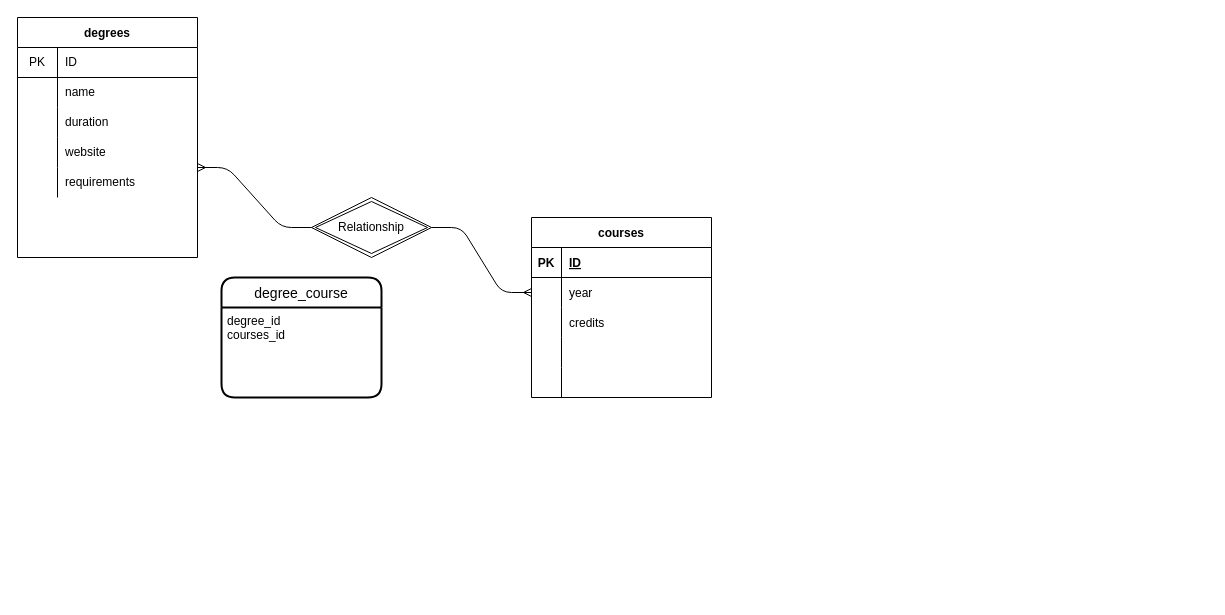
Above: db-university.drawio in NicolaL95/db-university (draw.io), before the change. Source tidied: cells renumbered, new cells numbered last; positions are measured from the earlier drawing's top-left corner, leaving out a move shared by most shapes. Both pictures are drawn from the tidied source at 100%, with x=0, y=0 at pixel (17, 17).
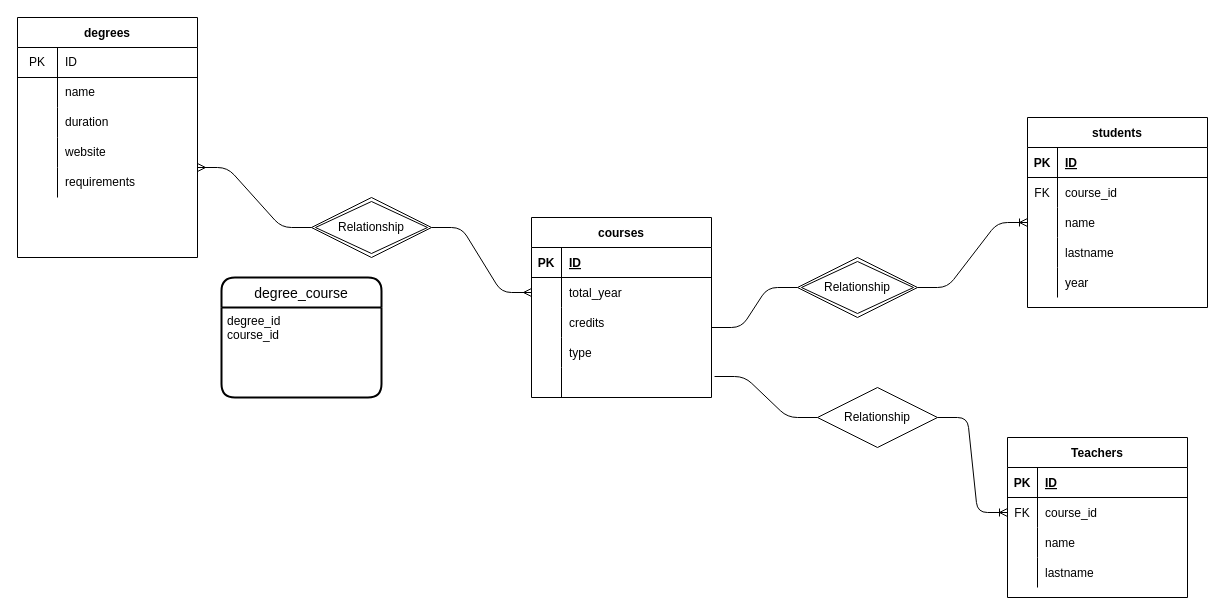
The same page after the edit.

Commit message:
Add teachers and students

The change refers to these unchanged cells:
```xml
<mxCell id="22" style="shape=partialRectangle;fillColor=none;top=0;left=0;bottom=0;right=0;points=[[0,0.5],[1,0.5]];portConstraint=eastwest;" parent="18" vertex="1">
  <mxGeometry y="60" width="180" height="30" as="geometry" />
</mxCell>
<mxCell id="28" style="shape=partialRectangle;fillColor=none;top=0;left=0;bottom=0;right=0;" parent="18" vertex="1">
  <mxGeometry y="120" width="180" height="30" as="geometry" />
</mxCell>
<mxCell id="31" style="shape=partialRectangle;fillColor=none;top=0;left=0;bottom=0;right=0;points=[[0,0.5],[1,0.5]];portConstraint=eastwest;" parent="18" vertex="1">
  <mxGeometry y="150" width="180" height="30" as="geometry" />
</mxCell>
<mxCell id="34" value="degree_course" style="swimlane;horizontal=1;startSize=30;rounded=1;fontSize=14;fontStyle=0;strokeWidth=2;shadow=0;dashed=0;align=center;" parent="1" vertex="1">
  <mxGeometry x="204" y="260" width="160" height="120" as="geometry" />
</mxCell>
```

What changed in the source:
```diff
@@
-    <mxCell id="24" value="year" style="shape=partialRectangle;fillColor=none;top=0;left=0;bottom=0;right=0;align=left;spacingLeft=6;overflow=hidden;" parent="22" vertex="1">
+    <mxCell id="24" value="total_year" style="shape=partialRectangle;fillColor=none;top=0;left=0;bottom=0;right=0;align=left;spacingLeft=6;overflow=hidden;" parent="22" vertex="1">
       <mxGeometry x="30" width="150" height="30" as="geometry" />
     </mxCell>
@@
-    <mxCell id="30" style="shape=partialRectangle;fillColor=none;top=0;left=0;bottom=0;right=0;align=left;spacingLeft=6;overflow=hidden;" parent="28" vertex="1">
+    <mxCell id="30" value="type" style="shape=partialRectangle;fillColor=none;top=0;left=0;bottom=0;right=0;align=left;spacingLeft=6;overflow=hidden;" parent="28" vertex="1">
       <mxGeometry x="30" width="150" height="30" as="geometry" />
     </mxCell>
@@
-    <mxCell id="35" value="degree_id&#10;courses_id" style="align=left;strokeColor=none;fillColor=none;spacingLeft=4;fontSize=12;verticalAlign=top;" parent="34" vertex="1">
+    <mxCell id="35" value="degree_id&#10;course_id" style="align=left;strokeColor=none;fillColor=none;spacingLeft=4;fontSize=12;verticalAlign=top;" parent="34" vertex="1">
       <mxGeometry y="30" width="160" height="90" as="geometry" />
     </mxCell>
@@
+    <mxCell id="39" value="students" style="shape=table;startSize=30;childLayout=tableLayout;rowLines=0;fontStyle=1;align=center;" parent="1" vertex="1">
+      <mxGeometry x="1010" y="100" width="180" height="190" as="geometry" />
+    </mxCell>
+    <mxCell id="40" style="shape=partialRectangle;fillColor=none;top=0;left=0;bottom=1;right=0;" parent="39" vertex="1">
+      <mxGeometry y="30" width="180" height="30" as="geometry" />
+    </mxCell>
+    <mxCell id="41" value="PK" style="shape=partialRectangle;fillColor=none;top=0;left=0;bottom=0;right=0;fontStyle=1;overflow=hidden;" parent="40" vertex="1">
+      <mxGeometry width="30" height="30" as="geometry" />
+    </mxCell>
+    <mxCell id="42" value="ID" style="shape=partialRectangle;fillColor=none;top=0;left=0;bottom=0;right=0;align=left;spacingLeft=6;fontStyle=5;overflow=hidden;" parent="40" vertex="1">
+      <mxGeometry x="30" width="150" height="30" as="geometry" />
+    </mxCell>
+    <mxCell id="43" style="shape=partialRectangle;fillColor=none;top=0;left=0;bottom=0;right=0;" parent="39" vertex="1">
+      <mxGeometry y="60" width="180" height="30" as="geometry" />
+    </mxCell>
+    <mxCell id="44" value="FK" style="shape=partialRectangle;fillColor=none;top=0;left=0;bottom=0;right=0;overflow=hidden;" parent="43" vertex="1">
+      <mxGeometry width="30" height="30" as="geometry" />
+    </mxCell>
+    <mxCell id="45" value="course_id" style="shape=partialRectangle;fillColor=none;top=0;left=0;bottom=0;right=0;align=left;spacingLeft=6;overflow=hidden;" parent="43" vertex="1">
+      <mxGeometry x="30" width="150" height="30" as="geometry" />
+    </mxCell>
+    <mxCell id="46" style="shape=partialRectangle;fillColor=none;top=0;left=0;bottom=0;right=0;points=[[0,0.5],[1,0.5]];portConstraint=eastwest;" parent="39" vertex="1">
+      <mxGeometry y="90" width="180" height="30" as="geometry" />
+    </mxCell>
+    <mxCell id="47" style="shape=partialRectangle;fillColor=none;top=0;left=0;bottom=0;right=0;overflow=hidden;" parent="46" vertex="1">
+      <mxGeometry width="30" height="30" as="geometry" />
+    </mxCell>
+    <mxCell id="48" value="name" style="shape=partialRectangle;fillColor=none;top=0;left=0;bottom=0;right=0;align=left;spacingLeft=6;overflow=hidden;" parent="46" vertex="1">
+      <mxGeometry x="30" width="150" height="30" as="geometry" />
+    </mxCell>
+    <mxCell id="49" style="shape=partialRectangle;fillColor=none;top=0;left=0;bottom=0;right=0;" parent="39" vertex="1">
+      <mxGeometry y="120" width="180" height="30" as="geometry" />
+    </mxCell>
+    <mxCell id="50" style="shape=partialRectangle;fillColor=none;top=0;left=0;bottom=0;right=0;overflow=hidden;" parent="49" vertex="1">
+      <mxGeometry width="30" height="30" as="geometry" />
+    </mxCell>
+    <mxCell id="51" value="lastname" style="shape=partialRectangle;fillColor=none;top=0;left=0;bottom=0;right=0;align=left;spacingLeft=6;overflow=hidden;" parent="49" vertex="1">
+      <mxGeometry x="30" width="150" height="30" as="geometry" />
+    </mxCell>
+    <mxCell id="52" style="shape=partialRectangle;fillColor=none;top=0;left=0;bottom=0;right=0;" parent="39" vertex="1">
+      <mxGeometry y="150" width="180" height="30" as="geometry" />
+    </mxCell>
+    <mxCell id="53" style="shape=partialRectangle;fillColor=none;top=0;left=0;bottom=0;right=0;overflow=hidden;" parent="52" vertex="1">
+      <mxGeometry width="30" height="30" as="geometry" />
+    </mxCell>
+    <mxCell id="54" value="year" style="shape=partialRectangle;fillColor=none;top=0;left=0;bottom=0;right=0;align=left;spacingLeft=6;overflow=hidden;" parent="52" vertex="1">
+      <mxGeometry x="30" width="150" height="30" as="geometry" />
+    </mxCell>
+    <mxCell id="55" style="edgeStyle=entityRelationEdgeStyle;fontSize=12;html=1;endArrow=ERoneToMany;entryX=0;entryY=0.5;entryDx=0;entryDy=0;startArrow=none;" parent="1" edge="1" source="56" target="46">
+      <mxGeometry relative="1" as="geometry" />
+    </mxCell>
+    <mxCell id="56" value="Relationship" style="shape=rhombus;double=1;perimeter=rhombusPerimeter;whiteSpace=wrap;html=1;align=center;" parent="1" vertex="1">
+      <mxGeometry x="780" y="240" width="120" height="60" as="geometry" />
+    </mxCell>
+    <mxCell id="57" style="edgeStyle=entityRelationEdgeStyle;fontSize=12;html=1;endArrow=none;entryX=0;entryY=0.5;entryDx=0;entryDy=0;" parent="1" edge="1" target="56">
+      <mxGeometry relative="1" as="geometry">
+        <mxPoint x="694" y="310" as="sourcePoint" />
+      </mxGeometry>
+    </mxCell>
+    <mxCell id="58" style="edgeStyle=entityRelationEdgeStyle;fontSize=12;html=1;endArrow=ERoneToMany;entryX=0;entryY=0.5;entryDx=0;entryDy=0;exitX=1;exitY=0.5;exitDx=0;exitDy=0;startArrow=none;" parent="1" edge="1" source="72" target="63">
+      <mxGeometry relative="1" as="geometry" />
+    </mxCell>
+    <mxCell id="59" value="Teachers" style="shape=table;startSize=30;childLayout=tableLayout;rowLines=0;fontStyle=1;align=center;" parent="1" vertex="1">
+      <mxGeometry x="990" y="420" width="180" height="160" as="geometry" />
+    </mxCell>
+    <mxCell id="60" style="shape=partialRectangle;fillColor=none;top=0;left=0;bottom=1;right=0;" parent="59" vertex="1">
+      <mxGeometry y="30" width="180" height="30" as="geometry" />
+    </mxCell>
+    <mxCell id="61" value="PK" style="shape=partialRectangle;fillColor=none;top=0;left=0;bottom=0;right=0;fontStyle=1;overflow=hidden;" parent="60" vertex="1">
+      <mxGeometry width="30" height="30" as="geometry" />
+    </mxCell>
+    <mxCell id="62" value="ID" style="shape=partialRectangle;fillColor=none;top=0;left=0;bottom=0;right=0;align=left;spacingLeft=6;fontStyle=5;overflow=hidden;" parent="60" vertex="1">
+      <mxGeometry x="30" width="150" height="30" as="geometry" />
+    </mxCell>
+    <mxCell id="63" style="shape=partialRectangle;fillColor=none;top=0;left=0;bottom=0;right=0;points=[[0,0.5],[1,0.5]];portConstraint=eastwest;" parent="59" vertex="1">
+      <mxGeometry y="60" width="180" height="30" as="geometry" />
+    </mxCell>
+    <mxCell id="64" value="FK" style="shape=partialRectangle;fillColor=none;top=0;left=0;bottom=0;right=0;overflow=hidden;" parent="63" vertex="1">
+      <mxGeometry width="30" height="30" as="geometry" />
+    </mxCell>
+    <mxCell id="65" value="course_id" style="shape=partialRectangle;fillColor=none;top=0;left=0;bottom=0;right=0;align=left;spacingLeft=6;overflow=hidden;" parent="63" vertex="1">
+      <mxGeometry x="30" width="150" height="30" as="geometry" />
+    </mxCell>
+    <mxCell id="66" style="shape=partialRectangle;fillColor=none;top=0;left=0;bottom=0;right=0;" parent="59" vertex="1">
+      <mxGeometry y="90" width="180" height="30" as="geometry" />
+    </mxCell>
+    <mxCell id="67" style="shape=partialRectangle;fillColor=none;top=0;left=0;bottom=0;right=0;overflow=hidden;" parent="66" vertex="1">
+      <mxGeometry width="30" height="30" as="geometry" />
+    </mxCell>
+    <mxCell id="68" value="name" style="shape=partialRectangle;fillColor=none;top=0;left=0;bottom=0;right=0;align=left;spacingLeft=6;overflow=hidden;" parent="66" vertex="1">
+      <mxGeometry x="30" width="150" height="30" as="geometry" />
+    </mxCell>
+    <mxCell id="69" style="shape=partialRectangle;fillColor=none;top=0;left=0;bottom=0;right=0;" parent="59" vertex="1">
+      <mxGeometry y="120" width="180" height="30" as="geometry" />
+    </mxCell>
+    <mxCell id="70" style="shape=partialRectangle;fillColor=none;top=0;left=0;bottom=0;right=0;overflow=hidden;" parent="69" vertex="1">
+      <mxGeometry width="30" height="30" as="geometry" />
+    </mxCell>
+    <mxCell id="71" value="lastname" style="shape=partialRectangle;fillColor=none;top=0;left=0;bottom=0;right=0;align=left;spacingLeft=6;overflow=hidden;" parent="69" vertex="1">
+      <mxGeometry x="30" width="150" height="30" as="geometry" />
+    </mxCell>
+    <mxCell id="72" value="Relationship" style="shape=rhombus;perimeter=rhombusPerimeter;whiteSpace=wrap;html=1;align=center;" parent="1" vertex="1">
+      <mxGeometry x="800" y="370" width="120" height="60" as="geometry" />
+    </mxCell>
+    <mxCell id="73" style="edgeStyle=entityRelationEdgeStyle;fontSize=12;html=1;endArrow=none;entryX=0;entryY=0.5;entryDx=0;entryDy=0;exitX=1.017;exitY=0.3;exitDx=0;exitDy=0;exitPerimeter=0;" parent="1" edge="1" source="31" target="72">
+      <mxGeometry relative="1" as="geometry" />
+    </mxCell>
```
